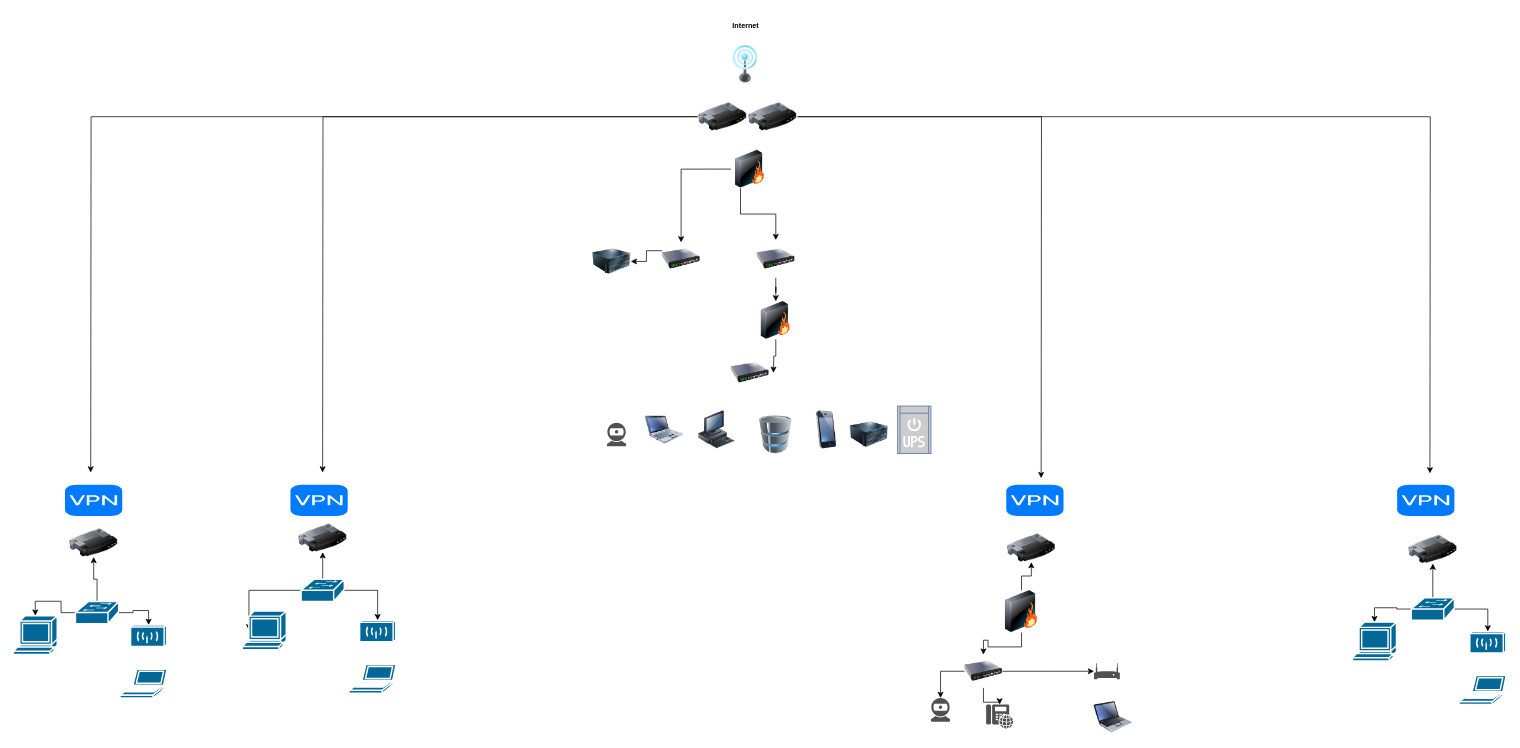
Before: Untitled Diagram.drawio in cyberqueenmeg/itt-116, a draw.io diagram. Source tidied: cells renumbered, new cells numbered last; positions are measured from the earlier drawing's top-left corner, leaving out a move shared by most shapes. Both pictures are drawn from the tidied source at 72%, with x=0, y=0 at pixel (13, 13).
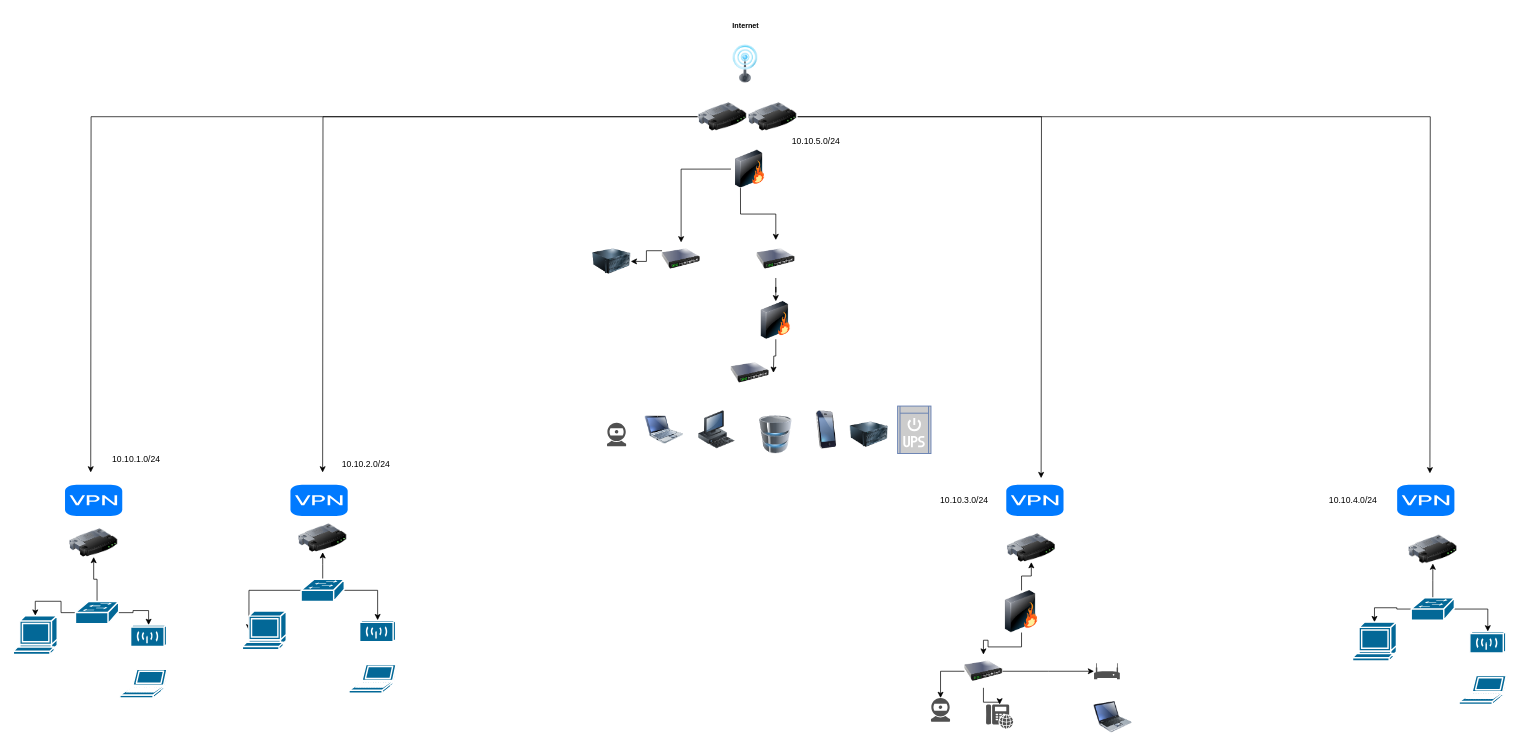
The same diagram, later.

Diff of the diagram source:
```diff
@@
+    <mxCell id="68" value="10.10.1.0/24" style="text;html=1;strokeColor=none;fillColor=none;align=center;verticalAlign=middle;whiteSpace=wrap;rounded=0;" parent="1" vertex="1">
+      <mxGeometry x="141" y="604.8" width="60" height="30" as="geometry" />
+    </mxCell>
+    <mxCell id="69" value="10.10.2.0/24" style="text;html=1;strokeColor=none;fillColor=none;align=center;verticalAlign=middle;whiteSpace=wrap;rounded=0;" parent="1" vertex="1">
+      <mxGeometry x="459.7" y="611.4" width="60" height="30" as="geometry" />
+    </mxCell>
+    <mxCell id="70" value="10.10.3.0/24" style="text;html=1;strokeColor=none;fillColor=none;align=center;verticalAlign=middle;whiteSpace=wrap;rounded=0;" parent="1" vertex="1">
+      <mxGeometry x="1291" y="661.6" width="60" height="30" as="geometry" />
+    </mxCell>
+    <mxCell id="71" value="10.10.4.0/24" style="text;html=1;strokeColor=none;fillColor=none;align=center;verticalAlign=middle;whiteSpace=wrap;rounded=0;" parent="1" vertex="1">
+      <mxGeometry x="1831" y="661.6" width="60" height="30" as="geometry" />
+    </mxCell>
+    <mxCell id="72" value="10.10.5.0/24" style="text;html=1;strokeColor=none;fillColor=none;align=center;verticalAlign=middle;whiteSpace=wrap;rounded=0;" parent="1" vertex="1">
+      <mxGeometry x="1085.4" y="163.4" width="60" height="30" as="geometry" />
+    </mxCell>
```
